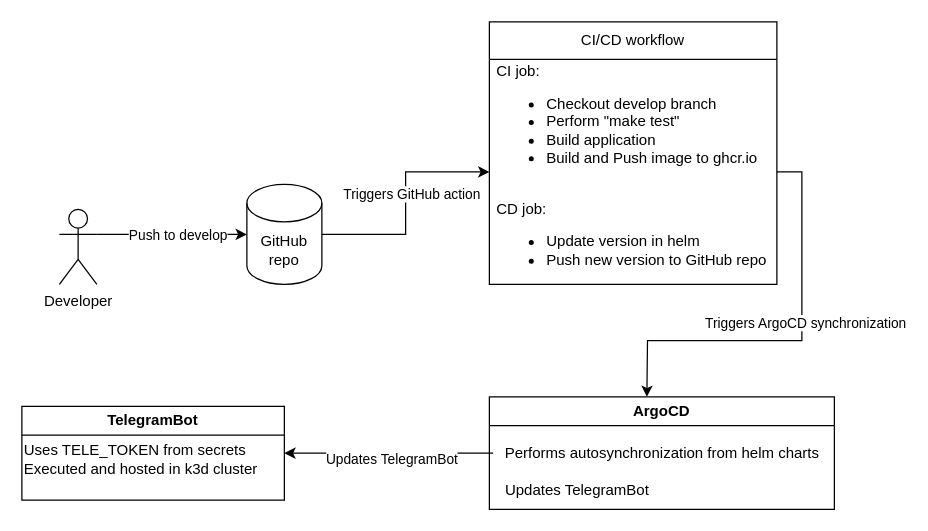
Before: img/Untitled Diagram.drawio in savkusamdetka23/kbot, a draw.io diagram. Source tidied: cells renumbered, new cells numbered last; positions are measured from the earlier drawing's top-left corner, leaving out a move shared by most shapes. Both pictures are drawn from the tidied source at 125%, with x=0, y=0 at pixel (21, 21).
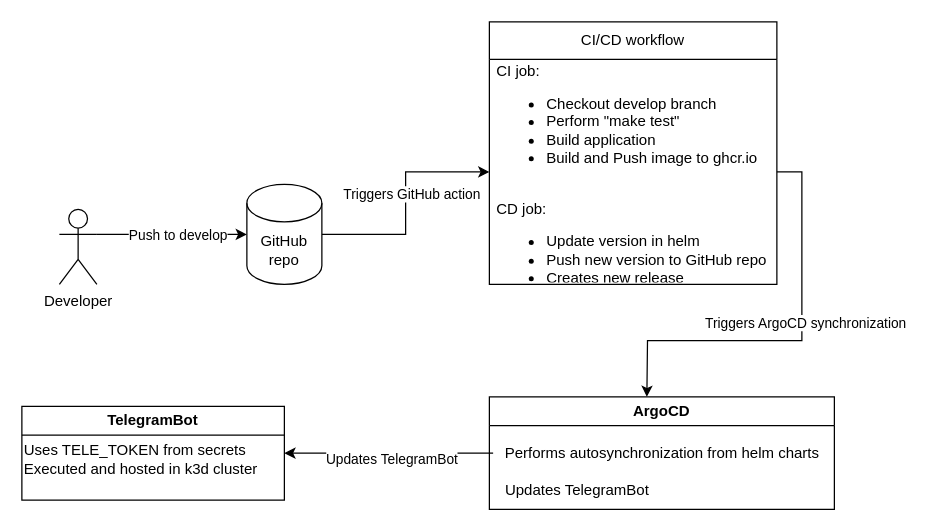
Above is the later version.

The change refers to these unchanged cells:
```xml
<mxCell id="8" value="CI/CD workflow" style="swimlane;fontStyle=0;horizontal=1;startSize=30;whiteSpace=wrap;html=1;" parent="1" vertex="1">
  <mxGeometry x="374" width="230" height="210" as="geometry" />
</mxCell>
```

Change to the diagram source:
```diff
@@
-    <mxCell id="12" value="CI job:&lt;br&gt;&lt;ul&gt;&lt;li&gt;Checkout develop branch&lt;/li&gt;&lt;li&gt;Perform &quot;make test&quot;&lt;/li&gt;&lt;li&gt;Build application&lt;/li&gt;&lt;li&gt;Build and Push image to ghcr.io&lt;/li&gt;&lt;/ul&gt;&lt;br&gt;CD job:&lt;br&gt;&lt;ul&gt;&lt;li&gt;Update version in helm&lt;/li&gt;&lt;li&gt;Push new version to GitHub repo&lt;/li&gt;&lt;/ul&gt;" style="text;strokeColor=none;fillColor=none;align=left;verticalAlign=middle;spacingLeft=4;spacingRight=4;overflow=hidden;points=[[0,0.5],[1,0.5]];portConstraint=eastwest;whiteSpace=wrap;html=1;" parent="8" vertex="1">
+    <mxCell id="12" value="CI job:&lt;br&gt;&lt;ul&gt;&lt;li&gt;Checkout develop branch&lt;/li&gt;&lt;li&gt;Perform &quot;make test&quot;&lt;/li&gt;&lt;li&gt;Build application&lt;/li&gt;&lt;li&gt;Build and Push image to ghcr.io&lt;/li&gt;&lt;/ul&gt;&lt;br&gt;CD job:&lt;br&gt;&lt;ul&gt;&lt;li&gt;Update version in helm&lt;/li&gt;&lt;li&gt;Push new version to GitHub repo&lt;/li&gt;&lt;li&gt;Creates new release&lt;/li&gt;&lt;/ul&gt;" style="text;strokeColor=none;fillColor=none;align=left;verticalAlign=middle;spacingLeft=4;spacingRight=4;overflow=hidden;points=[[0,0.5],[1,0.5]];portConstraint=eastwest;whiteSpace=wrap;html=1;" parent="8" vertex="1">
       <mxGeometry y="30" width="230" height="180" as="geometry" />
     </mxCell>
```
